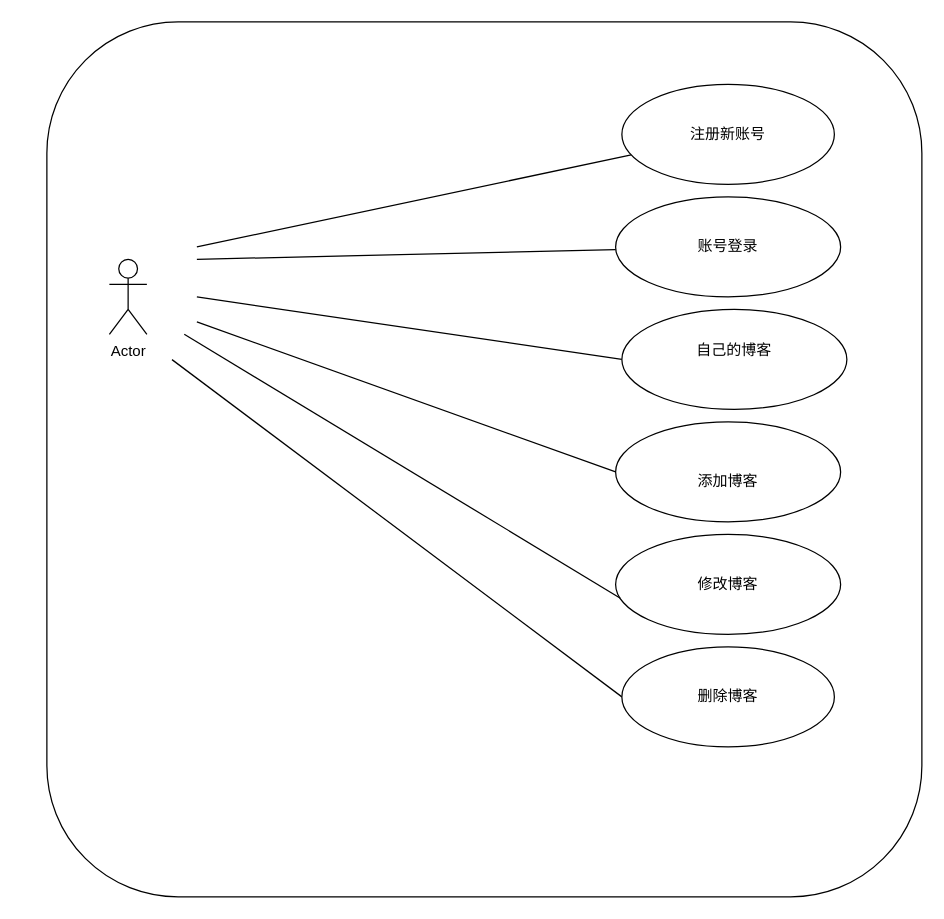
Before: drawio/usecase.drawio in 2013liliy/myblog, a draw.io diagram. Source tidied: cells renumbered, new cells numbered last; positions are measured from the earlier drawing's top-left corner, leaving out a move shared by most shapes. Both pictures are drawn from the tidied source at 125%, with x=0, y=0 at pixel (46, 21).
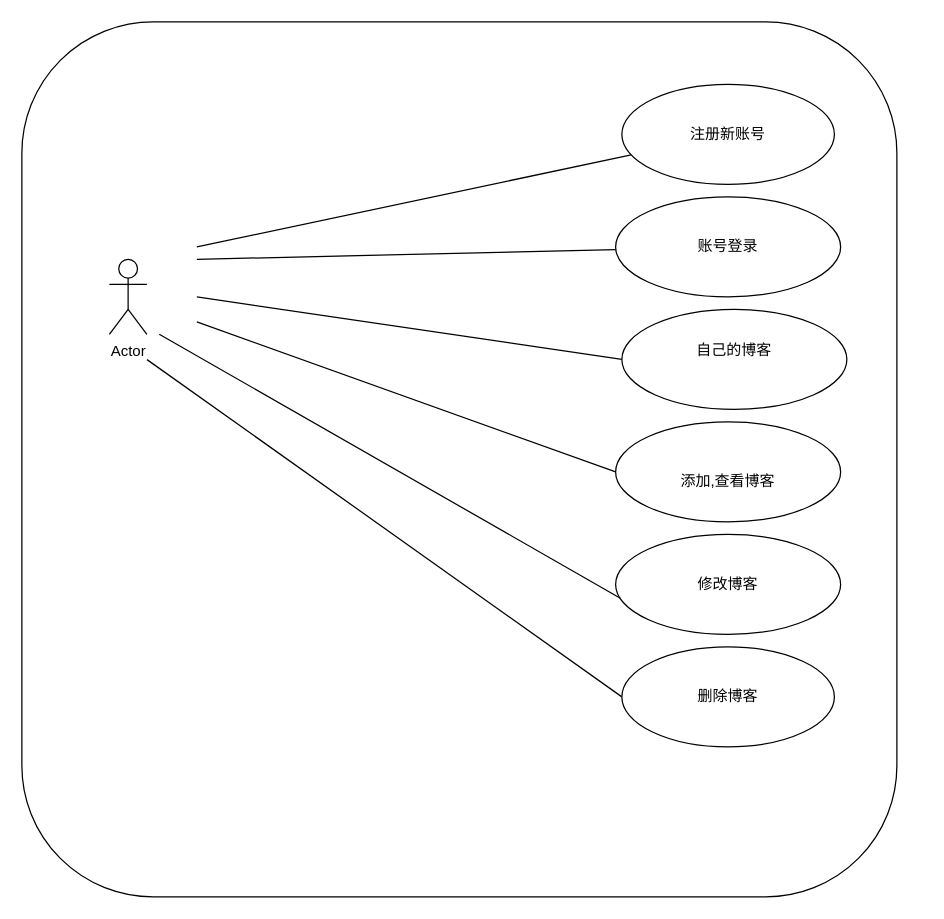
The same page after the edit.

The edit, as a diff of the source:
```diff
@@
 <mxGraphModel>
   <root>
     <mxCell id="0" />
     <mxCell id="1" parent="0" />
     <mxCell id="2" style="rounded=1;whiteSpace=wrap;html=1;fillColor=none;" parent="1" vertex="1">
-      <mxGeometry width="700" height="700" as="geometry" />
+      <mxGeometry x="-20" width="700" height="700" as="geometry" />
     </mxCell>
     <mxCell id="3" value="Actor" style="shape=umlActor;verticalLabelPosition=bottom;verticalAlign=top;html=1;" parent="1" vertex="1">
       <mxGeometry x="50" y="190" width="30" height="60" as="geometry" />
     </mxCell>
     <mxCell id="4" style="endArrow=none;html=1;rounded=0;" parent="1" edge="1" target="7">
       <mxGeometry relative="1" as="geometry">
         <mxPoint x="120" y="180" as="sourcePoint" />
       </mxGeometry>
     </mxCell>
     <mxCell id="5" style="endArrow=none;html=1;rounded=0;" parent="1" edge="1" target="8">
       <mxGeometry relative="1" as="geometry">
         <mxPoint x="120" y="190" as="sourcePoint" />
       </mxGeometry>
     </mxCell>
     <mxCell id="6" style="endArrow=none;html=1;rounded=0;entryX=0;entryY=0.5;entryDx=0;entryDy=0;" parent="1" edge="1" target="11">
       <mxGeometry relative="1" as="geometry">
         <mxPoint x="120" y="220" as="sourcePoint" />
       </mxGeometry>
     </mxCell>
     <mxCell id="7" value="注册新账号" style="ellipse;whiteSpace=wrap;html=1;" parent="1" vertex="1">
       <mxGeometry x="460" y="50" width="170" height="80" as="geometry" />
     </mxCell>
     <mxCell id="8" value="账号登录" style="ellipse;whiteSpace=wrap;html=1;" parent="1" vertex="1">
       <mxGeometry x="455" y="140" width="180" height="80" as="geometry" />
     </mxCell>
-    <mxCell id="9" value="&lt;br&gt;添加博客&lt;br&gt;" style="ellipse;whiteSpace=wrap;html=1;" parent="1" vertex="1">
+    <mxCell id="9" value="&lt;br&gt;添加,查看博客" style="ellipse;whiteSpace=wrap;html=1;" parent="1" vertex="1">
       <mxGeometry x="455" y="320" width="180" height="80" as="geometry" />
     </mxCell>
     <mxCell id="10" style="endArrow=none;html=1;rounded=0;entryX=0;entryY=0.5;entryDx=0;entryDy=0;" parent="1" edge="1" target="9">
       <mxGeometry relative="1" as="geometry">
         <mxPoint x="120" y="240" as="sourcePoint" />
       </mxGeometry>
     </mxCell>
     <mxCell id="11" value="&#10;自己的博客&#10;&#10;" style="ellipse;whiteSpace=wrap;html=1;" parent="1" vertex="1">
       <mxGeometry x="460" y="230" width="180" height="80" as="geometry" />
     </mxCell>
     <mxCell id="12" value="修改博客" style="ellipse;whiteSpace=wrap;html=1;" parent="1" vertex="1">
       <mxGeometry x="455" y="410" width="180" height="80" as="geometry" />
     </mxCell>
     <mxCell id="13" style="endArrow=none;html=1;rounded=0;exitX=0.157;exitY=0.357;exitDx=0;exitDy=0;exitPerimeter=0;entryX=0.021;entryY=0.638;entryDx=0;entryDy=0;entryPerimeter=0;" parent="1" edge="1" source="2" target="12">
       <mxGeometry relative="1" as="geometry" />
     </mxCell>
     <mxCell id="14" style="endArrow=none;html=1;rounded=0;exitX=0.143;exitY=0.386;exitDx=0;exitDy=0;exitPerimeter=0;entryX=0;entryY=0.5;entryDx=0;entryDy=0;" parent="1" edge="1" source="2" target="15">
       <mxGeometry relative="1" as="geometry" />
     </mxCell>
     <mxCell id="15" value="删除博客" style="ellipse;whiteSpace=wrap;html=1;" parent="1" vertex="1">
       <mxGeometry x="460" y="500" width="170" height="80" as="geometry" />
     </mxCell>
   </root>
 </mxGraphModel>
```
